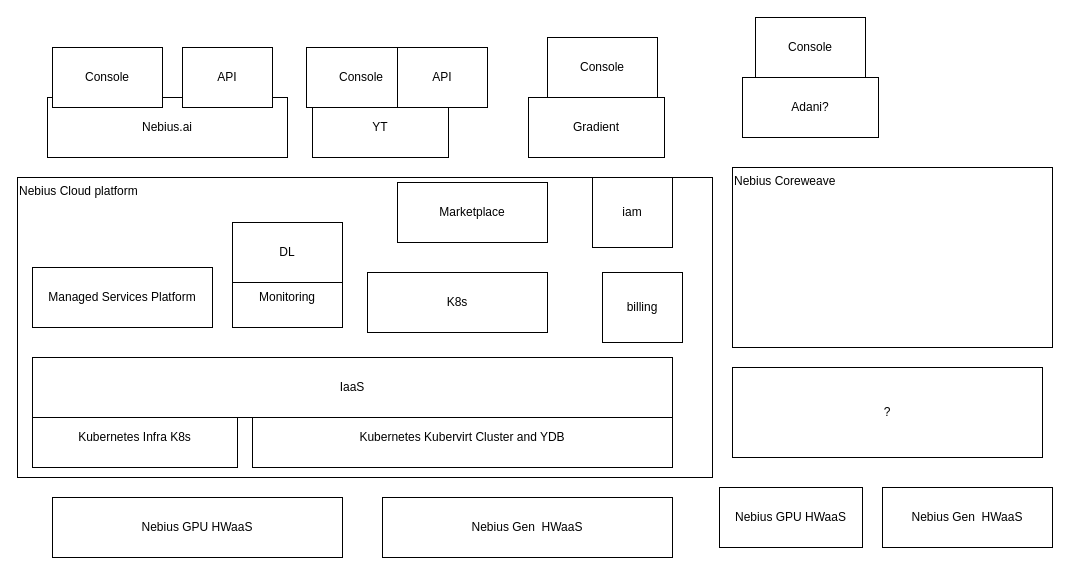
Above: Диаграмма без названия.drawio in nar3k/ansible (draw.io), before the change. Source tidied: cells renumbered, new cells numbered last; positions are measured from the earlier drawing's top-left corner, leaving out a move shared by most shapes. Both pictures are drawn from the tidied source at 100%, with x=0, y=0 at pixel (17, 17).
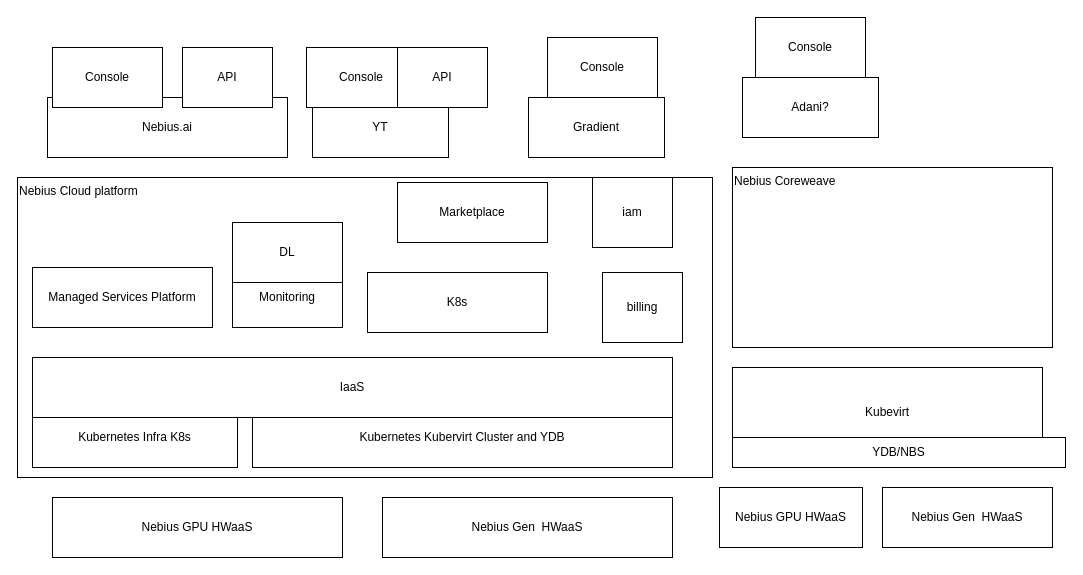
The same page after the edit.

Change to the diagram source:
```diff
@@
-    <mxCell id="26" value="?" style="rounded=0;whiteSpace=wrap;html=1;" parent="1" vertex="1">
+    <mxCell id="26" value="Kubevirt" style="rounded=0;whiteSpace=wrap;html=1;" parent="1" vertex="1">
       <mxGeometry x="715" y="350" width="310" height="90" as="geometry" />
     </mxCell>
@@
+    <mxCell id="29" value="YDB/NBS" style="rounded=0;whiteSpace=wrap;html=1;" parent="1" vertex="1">
+      <mxGeometry x="715" y="420" width="333" height="30" as="geometry" />
+    </mxCell>
```
